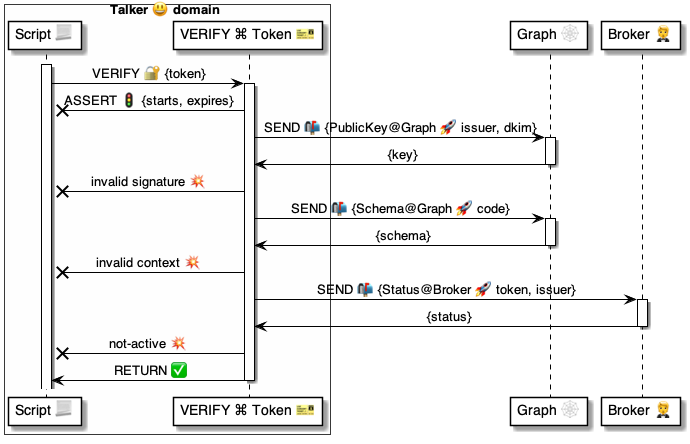
Before: 4 ⚙️ Solution/37 Scripts 📃/📃 Commands ⌘/⌘ for messages 📨/VERIFY 🔐/VERIFY Token 🎫/🔐 VERIFY Token ⚙️ uml.png, a diagram exported from PlantUML (pollyweb-org/pollyweb-docs). Its source is kept beside it as 4 ⚙️ Solution/37 Scripts 📃/📃 Commands ⌘/⌘ for messages 📨/VERIFY 🔐/VERIFY Token 🎫/🔐 VERIFY Token ⚙️ uml.puml.
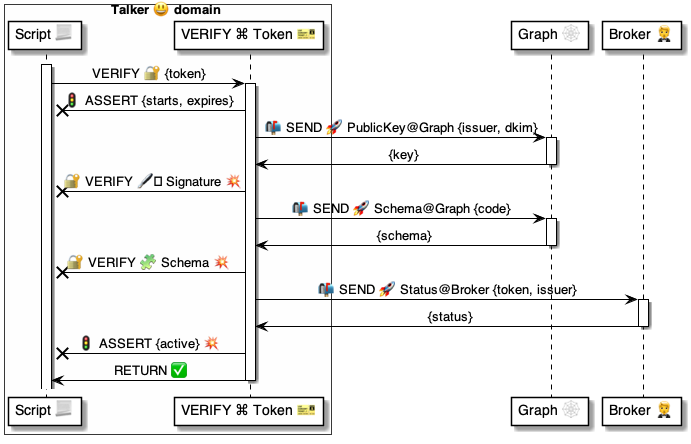
The same diagram one commit later.

What changed in the source:
```diff
@@ -13,28 +13,28 @@
 
 activate verify
 
-    verify -x script: ASSERT 🚦 {starts, expires}
+    verify -x script: 🚦 ASSERT {starts, expires}
 
-    verify -> graph: SEND 📬 {PublicKey@Graph 🚀 issuer, dkim}
+    verify -> graph: 📬 SEND 🚀 PublicKey@Graph {issuer, dkim}
     activate graph
         graph -> verify: {key}
     deactivate graph
 
-    verify -x script: invalid signature 💥
+    verify -x script: 🔐 VERIFY 🖋️ Signature 💥
 
-    verify -> graph: SEND 📬 {Schema@Graph 🚀 code}
+    verify -> graph: 📬 SEND 🚀 Schema@Graph {code}
     activate graph
         graph -> verify: {schema}
     deactivate graph
 
-    verify -x script: invalid context 💥
+    verify -x script: 🔐 VERIFY 🧩 Schema 💥
 
-    verify -> broker: SEND 📬 {Status@Broker 🚀 token, issuer}
+    verify -> broker: 📬 SEND 🚀 Status@Broker {token, issuer}
     activate broker
         broker -> verify: {status}
     deactivate broker
 
-    verify -x script: not-active 💥
+    verify -x script: 🚦 ASSERT {active} 💥
 
     verify -> script: RETURN ✅
 
```
